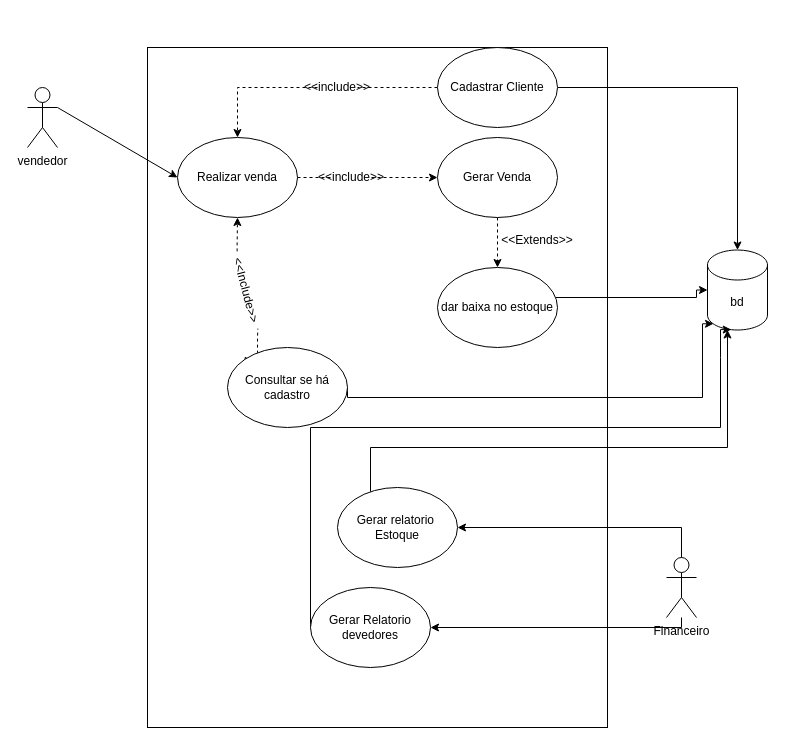
Above: Untitled Diagram.drawio in EAbeier/diagramacasouso (draw.io), before the change. Source tidied: cells renumbered, new cells numbered last; positions are measured from the earlier drawing's top-left corner, leaving out a move shared by most shapes. Both pictures are drawn from the tidied source at 100%, with x=0, y=0 at pixel (27, 47).
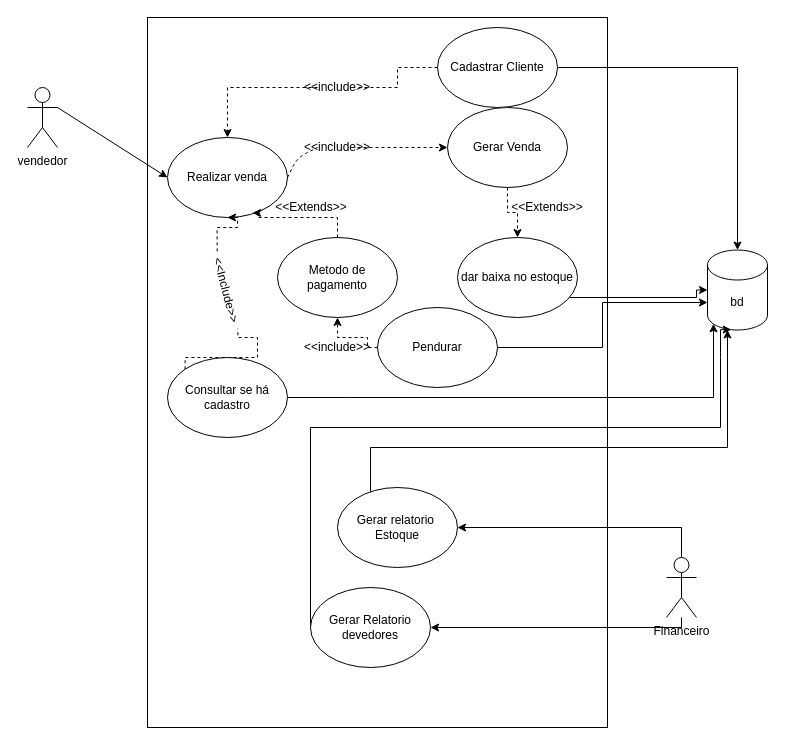
After the change.

The change refers to these unchanged cells:
```xml
<mxCell id="11" value="bd" style="shape=cylinder3;whiteSpace=wrap;html=1;boundedLbl=1;backgroundOutline=1;size=15;" parent="1" vertex="1">
  <mxGeometry x="680" y="202.5" width="60" height="80" as="geometry" />
</mxCell>
```

Diff of the diagram source:
```diff
@@
     <mxCell id="3" style="rounded=0;whiteSpace=wrap;html=1;" parent="1" vertex="1">
-      <mxGeometry x="120" width="460" height="680" as="geometry" />
+      <mxGeometry x="120" y="-30" width="460" height="710" as="geometry" />
     </mxCell>
     <mxCell id="4" value="Realizar venda" style="ellipse;whiteSpace=wrap;html=1;" parent="1" vertex="1">
-      <mxGeometry x="150" y="90" width="120" height="80" as="geometry" />
+      <mxGeometry x="140" y="90" width="120" height="80" as="geometry" />
     </mxCell>
@@
     <mxCell id="7" value="Gerar Venda" style="ellipse;whiteSpace=wrap;html=1;" parent="1" vertex="1">
-      <mxGeometry x="410" y="90" width="120" height="80" as="geometry" />
+      <mxGeometry x="420" y="60" width="120" height="80" as="geometry" />
     </mxCell>
-    <mxCell id="8" style="edgeStyle=orthogonalEdgeStyle;rounded=0;jettySize=auto;html=1;entryX=0;entryY=0.5;entryDx=0;entryDy=0;dashed=1;endArrow=classic;endFill=1;" parent="1" edge="1" source="9" target="7">
-      <mxGeometry relative="1" as="geometry" />
+    <mxCell id="8" style="edgeStyle=orthogonalEdgeStyle;rounded=0;jettySize=auto;html=1;entryX=0;entryY=0.5;entryDx=0;entryDy=0;dashed=1;endArrow=classic;endFill=1;exitX=1;exitY=0.5;exitDx=0;exitDy=0;" parent="1" edge="1" source="9" target="7">
+      <mxGeometry relative="1" as="geometry">
+        <Array as="points">
+          <mxPoint x="420" y="100" />
+        </Array>
+      </mxGeometry>
     </mxCell>
     <mxCell id="9" value="&amp;lt;&amp;lt;include&amp;gt;&amp;gt;" style="text;html=1;strokeColor=none;fillColor=none;align=center;verticalAlign=middle;whiteSpace=wrap;rounded=0;" parent="1" vertex="1">
-      <mxGeometry x="304" y="120" width="40" height="20" as="geometry" />
+      <mxGeometry x="290" y="90" width="40" height="20" as="geometry" />
     </mxCell>
     <mxCell id="10" style="endArrow=none;dashed=1;html=1;exitX=1;exitY=0.5;exitDx=0;exitDy=0;entryX=0;entryY=0.5;entryDx=0;entryDy=0;" parent="1" edge="1" source="4" target="9">
-      <mxGeometry relative="1" as="geometry" />
+      <mxGeometry relative="1" as="geometry">
+        <Array as="points">
+          <mxPoint x="270" y="110" />
+        </Array>
+      </mxGeometry>
     </mxCell>
@@
     <mxCell id="14" value="Consultar se há cadastro" style="ellipse;whiteSpace=wrap;html=1;" parent="1" vertex="1">
-      <mxGeometry x="200" y="300" width="120" height="80" as="geometry" />
+      <mxGeometry x="140" y="310" width="120" height="80" as="geometry" />
     </mxCell>
     <mxCell id="15" style="edgeStyle=orthogonalEdgeStyle;rounded=0;jettySize=auto;html=1;exitX=0;exitY=0.5;exitDx=0;exitDy=0;dashed=1;entryX=0.5;entryY=1;entryDx=0;entryDy=0;" parent="1" edge="1" source="16" target="4">
       <mxGeometry relative="1" as="geometry">
         <Array as="points">
-          <mxPoint x="210" y="200" />
-          <mxPoint x="210" y="200" />
+          <mxPoint x="190" y="180" />
+          <mxPoint x="210" y="180" />
         </Array>
       </mxGeometry>
     </mxCell>
     <mxCell id="16" value="&amp;lt;&amp;lt;Include&amp;gt;&amp;gt;" style="text;html=1;align=center;rotation=75;" parent="1" vertex="1">
-      <mxGeometry x="180" y="230" width="80" height="25" as="geometry" />
+      <mxGeometry x="160" y="230" width="80" height="25" as="geometry" />
     </mxCell>
@@
     <mxCell id="18" value="dar baixa no estoque" style="ellipse;whiteSpace=wrap;html=1;" parent="1" vertex="1">
-      <mxGeometry x="410" y="220" width="120" height="80" as="geometry" />
+      <mxGeometry x="430" y="190" width="120" height="80" as="geometry" />
     </mxCell>
@@
     <mxCell id="21" value="Cadastrar Cliente" style="ellipse;whiteSpace=wrap;html=1;" parent="1" vertex="1">
-      <mxGeometry x="410" width="120" height="80" as="geometry" />
+      <mxGeometry x="410" y="-20" width="120" height="80" as="geometry" />
     </mxCell>
@@
     <mxCell id="31" value="&amp;lt;&amp;lt;Extends&amp;gt;&amp;gt;" style="text;html=1;strokeColor=none;fillColor=none;align=center;verticalAlign=middle;whiteSpace=wrap;rounded=0;" parent="1" vertex="1">
-      <mxGeometry x="490" y="183" width="40" height="20" as="geometry" />
+      <mxGeometry x="500" y="150" width="40" height="20" as="geometry" />
     </mxCell>
+    <mxCell id="32" style="edgeStyle=orthogonalEdgeStyle;rounded=0;jettySize=auto;html=1;entryX=0.709;entryY=0.942;entryDx=0;entryDy=0;entryPerimeter=0;endArrow=classic;endFill=1;dashed=1;" parent="1" edge="1" source="33" target="4">
+      <mxGeometry relative="1" as="geometry">
+        <Array as="points">
+          <mxPoint x="310" y="170" />
+          <mxPoint x="230" y="170" />
+          <mxPoint x="230" y="165" />
+          <mxPoint x="225" y="165" />
+        </Array>
+      </mxGeometry>
+    </mxCell>
+    <mxCell id="33" value="Metodo de pagamento" style="ellipse;whiteSpace=wrap;html=1;" parent="1" vertex="1">
+      <mxGeometry x="250" y="190" width="120" height="80" as="geometry" />
+    </mxCell>
+    <mxCell id="34" value="&amp;lt;&amp;lt;Extends&amp;gt;&amp;gt;" style="text;html=1;strokeColor=none;fillColor=none;align=center;verticalAlign=middle;whiteSpace=wrap;rounded=0;" parent="1" vertex="1">
+      <mxGeometry x="264" y="150" width="40" height="20" as="geometry" />
+    </mxCell>
+    <mxCell id="35" style="edgeStyle=orthogonalEdgeStyle;rounded=0;jettySize=auto;html=1;exitX=0;exitY=0.5;exitDx=0;exitDy=0;dashed=1;endArrow=classic;endFill=1;" parent="1" edge="1" source="37" target="33">
+      <mxGeometry relative="1" as="geometry">
+        <Array as="points">
+          <mxPoint x="340" y="300" />
+          <mxPoint x="340" y="290" />
+          <mxPoint x="310" y="290" />
+        </Array>
+      </mxGeometry>
+    </mxCell>
+    <mxCell id="36" style="edgeStyle=orthogonalEdgeStyle;rounded=0;jettySize=auto;html=1;entryX=0;entryY=0;entryDx=0;entryDy=52.5;entryPerimeter=0;endArrow=classic;endFill=1;" parent="1" edge="1" source="37" target="11">
+      <mxGeometry relative="1" as="geometry" />
+    </mxCell>
+    <mxCell id="37" value="Pendurar" style="ellipse;whiteSpace=wrap;html=1;" parent="1" vertex="1">
+      <mxGeometry x="350" y="260" width="120" height="80" as="geometry" />
+    </mxCell>
+    <mxCell id="38" value="&amp;lt;&amp;lt;include&amp;gt;&amp;gt;" style="text;html=1;strokeColor=none;fillColor=none;align=center;verticalAlign=middle;whiteSpace=wrap;rounded=0;" parent="1" vertex="1">
+      <mxGeometry x="290" y="290" width="40" height="20" as="geometry" />
+    </mxCell>
+    <mxCell id="39" style="edgeStyle=orthogonalEdgeStyle;rounded=0;orthogonalLoop=1;jettySize=auto;html=1;exitX=0.5;exitY=1;exitDx=0;exitDy=0;dashed=1;endArrow=classic;endFill=1;" parent="1" edge="1" source="38" target="38">
+      <mxGeometry relative="1" as="geometry" />
+    </mxCell>
```
